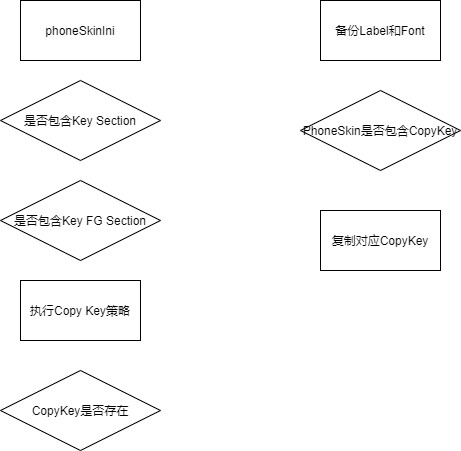
chonglv/charts keeps this draw.io diagram as input/Copy_Key_Rectory.png. Above is the earlier version. Source tidied: cells renumbered, new cells last; positions are measured from the earlier drawing's top-left corner, leaving out a move shared by most shapes. The source it was exported from:
```xml
<mxGraphModel>
  <root>
    <mxCell id="0" />
    <mxCell id="1" parent="0" />
    <mxCell id="2" value="phoneSkinIni" style="rounded=0;whiteSpace=wrap;html=1;" parent="1" vertex="1">
      <mxGeometry x="20" width="120" height="60" as="geometry" />
    </mxCell>
    <mxCell id="3" value="是否包含Key Section" style="rhombus;whiteSpace=wrap;html=1;" parent="1" vertex="1">
      <mxGeometry y="80" width="160" height="80" as="geometry" />
    </mxCell>
    <mxCell id="4" value="是否包含Key FG Section" style="rhombus;whiteSpace=wrap;html=1;" parent="1" vertex="1">
      <mxGeometry y="180" width="160" height="80" as="geometry" />
    </mxCell>
    <mxCell id="5" value="执行Copy Key策略" style="rounded=0;whiteSpace=wrap;html=1;" parent="1" vertex="1">
      <mxGeometry x="20" y="280" width="120" height="60" as="geometry" />
    </mxCell>
    <mxCell id="6" value="CopyKey是否存在" style="rhombus;whiteSpace=wrap;html=1;" parent="1" vertex="1">
      <mxGeometry y="370" width="160" height="80" as="geometry" />
    </mxCell>
    <mxCell id="7" value="PhoneSkin是否包含CopyKey" style="rhombus;whiteSpace=wrap;html=1;" parent="1" vertex="1">
      <mxGeometry x="300" y="90" width="160" height="80" as="geometry" />
    </mxCell>
    <mxCell id="8" value="备份Label和Font" style="rounded=0;whiteSpace=wrap;html=1;" parent="1" vertex="1">
      <mxGeometry x="320" width="120" height="60" as="geometry" />
    </mxCell>
    <mxCell id="9" value="复制对应CopyKey" style="rounded=0;whiteSpace=wrap;html=1;" parent="1" vertex="1">
      <mxGeometry x="320" y="210" width="120" height="60" as="geometry" />
    </mxCell>
  </root>
</mxGraphModel>
```
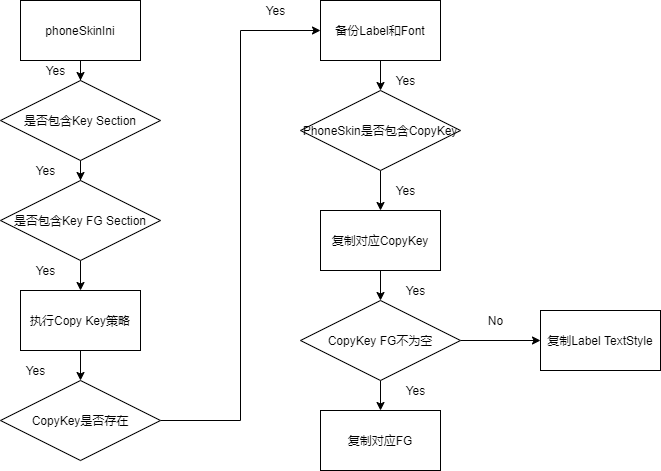
After the change.

What changed in the source:
```diff
@@ -2,29 +2,98 @@
   <root>
     <mxCell id="0" />
     <mxCell id="1" parent="0" />
+    <mxCell id="10" style="edgeStyle=orthogonalEdgeStyle;rounded=0;jettySize=auto;html=1;" parent="1" edge="1" source="2" target="3">
+      <mxGeometry relative="1" as="geometry" />
+    </mxCell>
     <mxCell id="2" value="phoneSkinIni" style="rounded=0;whiteSpace=wrap;html=1;" parent="1" vertex="1">
       <mxGeometry x="20" width="120" height="60" as="geometry" />
     </mxCell>
+    <mxCell id="11" style="edgeStyle=orthogonalEdgeStyle;rounded=0;jettySize=auto;html=1;" parent="1" edge="1" source="3" target="4">
+      <mxGeometry relative="1" as="geometry" />
+    </mxCell>
     <mxCell id="3" value="是否包含Key Section" style="rhombus;whiteSpace=wrap;html=1;" parent="1" vertex="1">
       <mxGeometry y="80" width="160" height="80" as="geometry" />
     </mxCell>
+    <mxCell id="12" style="edgeStyle=orthogonalEdgeStyle;rounded=0;jettySize=auto;html=1;" parent="1" edge="1" source="4" target="5">
+      <mxGeometry relative="1" as="geometry" />
+    </mxCell>
     <mxCell id="4" value="是否包含Key FG Section" style="rhombus;whiteSpace=wrap;html=1;" parent="1" vertex="1">
       <mxGeometry y="180" width="160" height="80" as="geometry" />
     </mxCell>
+    <mxCell id="13" style="edgeStyle=orthogonalEdgeStyle;rounded=0;jettySize=auto;html=1;" parent="1" edge="1" source="5" target="6">
+      <mxGeometry relative="1" as="geometry" />
+    </mxCell>
     <mxCell id="5" value="执行Copy Key策略" style="rounded=0;whiteSpace=wrap;html=1;" parent="1" vertex="1">
-      <mxGeometry x="20" y="280" width="120" height="60" as="geometry" />
+      <mxGeometry x="20" y="290" width="120" height="60" as="geometry" />
     </mxCell>
+    <mxCell id="14" style="edgeStyle=orthogonalEdgeStyle;rounded=0;jettySize=auto;html=1;entryX=0;entryY=0.5;entryDx=0;entryDy=0;" parent="1" edge="1" source="6" target="8">
+      <mxGeometry relative="1" as="geometry" />
+    </mxCell>
     <mxCell id="6" value="CopyKey是否存在" style="rhombus;whiteSpace=wrap;html=1;" parent="1" vertex="1">
-      <mxGeometry y="370" width="160" height="80" as="geometry" />
+      <mxGeometry y="380" width="160" height="80" as="geometry" />
     </mxCell>
+    <mxCell id="15" style="edgeStyle=orthogonalEdgeStyle;rounded=0;jettySize=auto;html=1;" parent="1" edge="1" source="7" target="9">
+      <mxGeometry relative="1" as="geometry" />
+    </mxCell>
     <mxCell id="7" value="PhoneSkin是否包含CopyKey" style="rhombus;whiteSpace=wrap;html=1;" parent="1" vertex="1">
       <mxGeometry x="300" y="90" width="160" height="80" as="geometry" />
     </mxCell>
+    <mxCell id="16" style="edgeStyle=orthogonalEdgeStyle;rounded=0;jettySize=auto;html=1;" parent="1" edge="1" source="8" target="7">
+      <mxGeometry relative="1" as="geometry" />
+    </mxCell>
     <mxCell id="8" value="备份Label和Font" style="rounded=0;whiteSpace=wrap;html=1;" parent="1" vertex="1">
       <mxGeometry x="320" width="120" height="60" as="geometry" />
     </mxCell>
+    <mxCell id="17" style="edgeStyle=orthogonalEdgeStyle;rounded=0;jettySize=auto;html=1;" parent="1" edge="1" source="9" target="20">
+      <mxGeometry relative="1" as="geometry" />
+    </mxCell>
     <mxCell id="9" value="复制对应CopyKey" style="rounded=0;whiteSpace=wrap;html=1;" parent="1" vertex="1">
       <mxGeometry x="320" y="210" width="120" height="60" as="geometry" />
     </mxCell>
+    <mxCell id="18" style="edgeStyle=orthogonalEdgeStyle;rounded=0;jettySize=auto;html=1;" parent="1" edge="1" source="20" target="21">
+      <mxGeometry relative="1" as="geometry" />
+    </mxCell>
+    <mxCell id="19" style="edgeStyle=orthogonalEdgeStyle;rounded=0;jettySize=auto;html=1;" parent="1" edge="1" source="20" target="22">
+      <mxGeometry relative="1" as="geometry" />
+    </mxCell>
+    <mxCell id="20" value="CopyKey FG不为空" style="rhombus;whiteSpace=wrap;html=1;" parent="1" vertex="1">
+      <mxGeometry x="300" y="300" width="160" height="80" as="geometry" />
+    </mxCell>
+    <mxCell id="21" value="复制对应FG" style="rounded=0;whiteSpace=wrap;html=1;" parent="1" vertex="1">
+      <mxGeometry x="320" y="410" width="120" height="60" as="geometry" />
+    </mxCell>
+    <mxCell id="22" value="复制Label TextStyle" style="rounded=0;whiteSpace=wrap;html=1;" parent="1" vertex="1">
+      <mxGeometry x="540" y="310" width="120" height="60" as="geometry" />
+    </mxCell>
+    <mxCell id="23" value="Yes" style="text;html=1;align=center;verticalAlign=middle;" parent="1" vertex="1">
+      <mxGeometry x="40" y="60" width="30" height="20" as="geometry" />
+    </mxCell>
+    <mxCell id="24" value="Yes" style="text;html=1;align=center;verticalAlign=middle;" parent="1" vertex="1">
+      <mxGeometry x="30" y="160" width="30" height="20" as="geometry" />
+    </mxCell>
+    <mxCell id="25" value="Yes" style="text;html=1;align=center;verticalAlign=middle;" parent="1" vertex="1">
+      <mxGeometry x="30" y="260" width="30" height="20" as="geometry" />
+    </mxCell>
+    <mxCell id="26" value="Yes" style="text;html=1;align=center;verticalAlign=middle;" parent="1" vertex="1">
+      <mxGeometry x="20" y="360" width="30" height="20" as="geometry" />
+    </mxCell>
+    <mxCell id="27" value="Yes" style="text;html=1;align=center;verticalAlign=middle;" parent="1" vertex="1">
+      <mxGeometry x="260" width="30" height="20" as="geometry" />
+    </mxCell>
+    <mxCell id="28" value="Yes" style="text;html=1;align=center;verticalAlign=middle;" parent="1" vertex="1">
+      <mxGeometry x="390" y="70" width="30" height="20" as="geometry" />
+    </mxCell>
+    <mxCell id="29" value="Yes" style="text;html=1;align=center;verticalAlign=middle;" parent="1" vertex="1">
+      <mxGeometry x="390" y="180" width="30" height="20" as="geometry" />
+    </mxCell>
+    <mxCell id="30" value="Yes" style="text;html=1;align=center;verticalAlign=middle;" parent="1" vertex="1">
+      <mxGeometry x="400" y="280" width="30" height="20" as="geometry" />
+    </mxCell>
+    <mxCell id="31" value="Yes" style="text;html=1;align=center;verticalAlign=middle;" parent="1" vertex="1">
+      <mxGeometry x="400" y="380" width="30" height="20" as="geometry" />
+    </mxCell>
+    <mxCell id="32" value="No" style="text;html=1;align=center;verticalAlign=middle;" parent="1" vertex="1">
+      <mxGeometry x="480" y="310" width="30" height="20" as="geometry" />
+    </mxCell>
   </root>
 </mxGraphModel>
```
